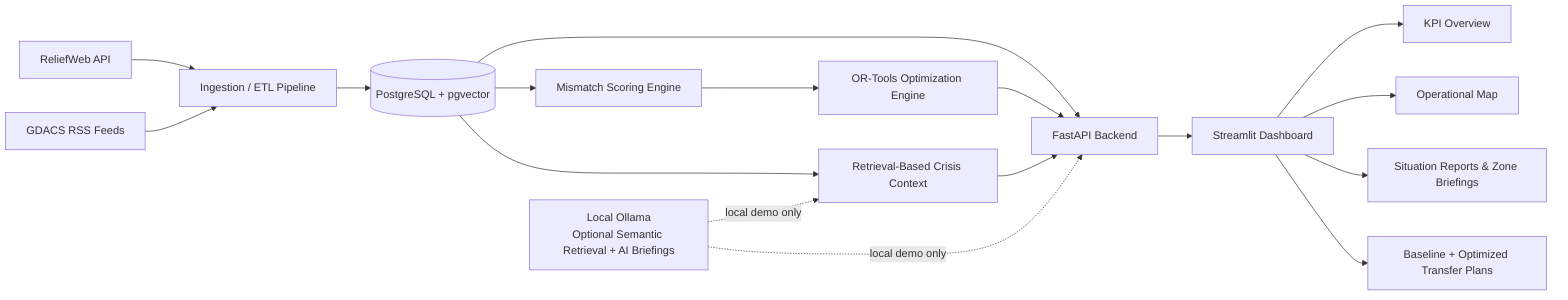
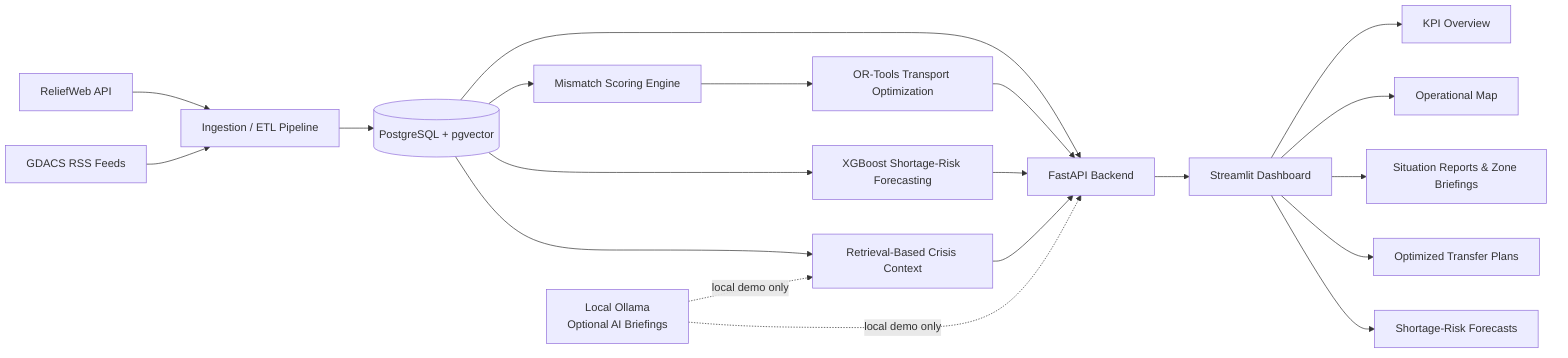
flowchart LR
    RW[ReliefWeb API] --> ING[Ingestion / ETL Pipeline]
    GD[GDACS RSS Feeds] --> ING

    ING --> PG[(PostgreSQL + pgvector)]

    PG --> MISMATCH[Mismatch Scoring Engine]
+     PG --> FORECAST[XGBoost Shortage-Risk Forecasting]
    PG --> RETRIEVAL[Retrieval-Based Crisis Context]
    PG --> API[FastAPI Backend]

-     MISMATCH --> OPT[OR-Tools Optimization Engine]
+     MISMATCH --> OPT[OR-Tools Transport Optimization]
    OPT --> API
+     FORECAST --> API
    RETRIEVAL --> API

-     OLLAMA[Local Ollama<br/>Optional Semantic Retrieval + AI Briefings] -. local demo only .-> RETRIEVAL
+     OLLAMA[Local Ollama<br/>Optional AI Briefings] -. local demo only .-> RETRIEVAL
    OLLAMA -. local demo only .-> API

    API --> DASH[Streamlit Dashboard]

    DASH --> KPIS[KPI Overview]
    DASH --> MAPS[Operational Map]
    DASH --> REPORTS[Situation Reports & Zone Briefings]
-     DASH --> RECS[Baseline + Optimized Transfer Plans]
+     DASH --> TRANSFERS[Optimized Transfer Plans]
+     DASH --> RISKS[Shortage-Risk Forecasts]
